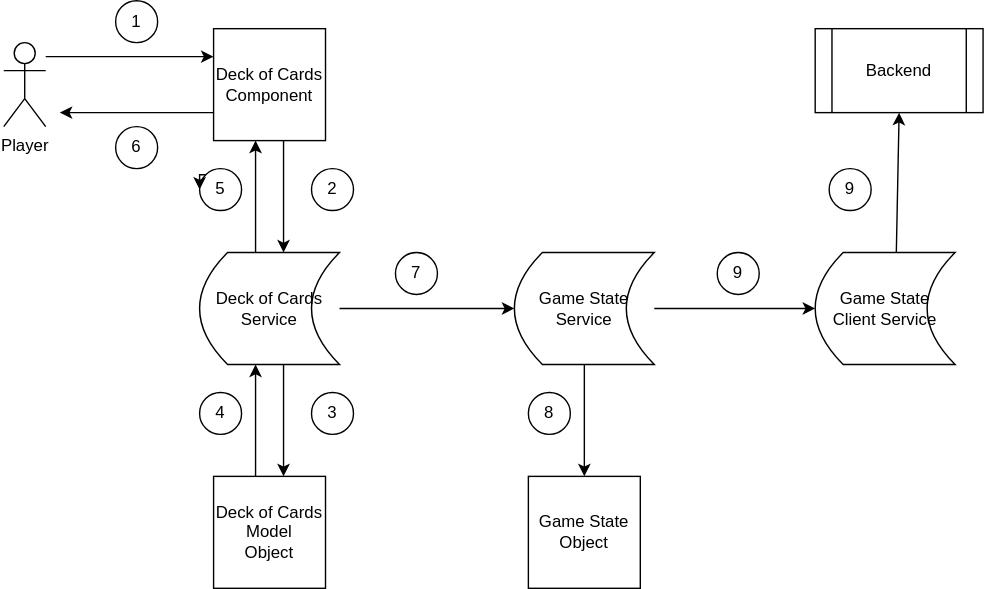
Earlier version of the draw.io export docs/img/game-state-detailed-flow-update.drawio.svg (nimbusscale/dominant-species). Source tidied: cells renumbered, new cells last; positions are measured from the earlier drawing's top-left corner, leaving out a move shared by most shapes.
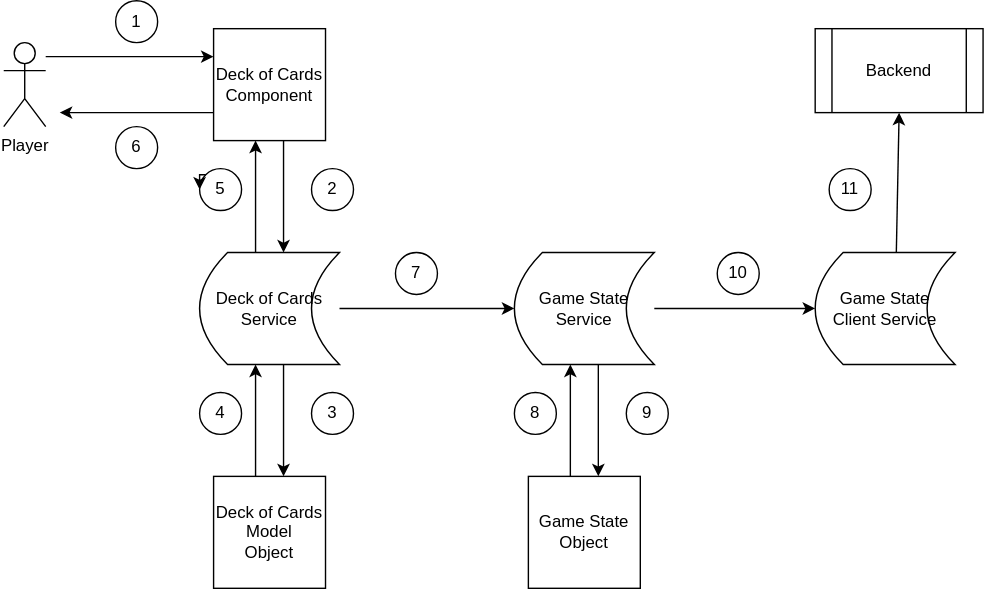
Above is the later version.

Diff of the diagram source:
```diff
@@ -47,9 +47,6 @@
     <mxCell id="14" style="endArrow=classic;startArrow=none;html=1;rounded=0;startFill=0;entryX=0;entryY=0.5;entryDx=0;entryDy=0;exitX=1;exitY=0.5;exitDx=0;exitDy=0;" parent="1" edge="1" source="9" target="4">
       <mxGeometry relative="1" as="geometry" />
     </mxCell>
-    <mxCell id="15" style="endArrow=classic;startArrow=none;html=1;rounded=0;startFill=0;entryX=0.5;entryY=0;entryDx=0;entryDy=0;exitX=0.5;exitY=1;exitDx=0;exitDy=0;" parent="1" edge="1" source="4" target="3">
-      <mxGeometry relative="1" as="geometry" />
-    </mxCell>
     <mxCell id="16" style="endArrow=classic;startArrow=none;html=1;rounded=0;startFill=0;entryX=0;entryY=0.5;entryDx=0;entryDy=0;exitX=1;exitY=0.5;exitDx=0;exitDy=0;" parent="1" edge="1" source="4" target="5">
       <mxGeometry relative="1" as="geometry" />
     </mxCell>
@@ -89,10 +86,7 @@
     <mxCell id="25" value="7" style="ellipse;whiteSpace=wrap;html=1;" parent="1" vertex="1">
       <mxGeometry x="280" y="180" width="30" height="30" as="geometry" />
     </mxCell>
-    <mxCell id="26" value="8" style="ellipse;whiteSpace=wrap;html=1;" parent="1" vertex="1">
-      <mxGeometry x="375" y="280" width="30" height="30" as="geometry" />
-    </mxCell>
-    <mxCell id="27" value="9" style="ellipse;whiteSpace=wrap;html=1;" parent="1" vertex="1">
+    <mxCell id="27" value="10" style="ellipse;whiteSpace=wrap;html=1;" parent="1" vertex="1">
       <mxGeometry x="510" y="180" width="30" height="30" as="geometry" />
     </mxCell>
     <mxCell id="28" style="edgeStyle=orthogonalEdgeStyle;rounded=0;orthogonalLoop=1;jettySize=auto;html=1;exitX=0;exitY=0;exitDx=0;exitDy=0;entryX=0;entryY=0.5;entryDx=0;entryDy=0;" parent="1" edge="1" source="23" target="23">
@@ -103,8 +97,26 @@
         <mxPoint x="40" y="80" as="targetPoint" />
       </mxGeometry>
     </mxCell>
-    <mxCell id="30" value="9" style="ellipse;whiteSpace=wrap;html=1;" parent="1" vertex="1">
+    <mxCell id="30" value="11" style="ellipse;whiteSpace=wrap;html=1;" parent="1" vertex="1">
       <mxGeometry x="590" y="120" width="30" height="30" as="geometry" />
     </mxCell>
+    <mxCell id="31" value="9" style="ellipse;whiteSpace=wrap;html=1;" parent="1" vertex="1">
+      <mxGeometry x="445" y="280" width="30" height="30" as="geometry" />
+    </mxCell>
+    <mxCell id="32" style="endArrow=classic;startArrow=none;html=1;rounded=0;startFill=0;exitX=0.5;exitY=1;exitDx=0;exitDy=0;" parent="1" edge="1">
+      <mxGeometry relative="1" as="geometry">
+        <mxPoint x="425" y="260" as="sourcePoint" />
+        <mxPoint x="425" y="340" as="targetPoint" />
+      </mxGeometry>
+    </mxCell>
+    <mxCell id="33" style="endArrow=classic;startArrow=none;html=1;rounded=0;startFill=0;entryX=0.5;entryY=1;entryDx=0;entryDy=0;exitX=0.5;exitY=0;exitDx=0;exitDy=0;" parent="1" edge="1">
+      <mxGeometry relative="1" as="geometry">
+        <mxPoint x="405" y="340" as="sourcePoint" />
+        <mxPoint x="405" y="260" as="targetPoint" />
+      </mxGeometry>
+    </mxCell>
+    <mxCell id="26" value="8" style="ellipse;whiteSpace=wrap;html=1;" parent="1" vertex="1">
+      <mxGeometry x="365" y="280" width="30" height="30" as="geometry" />
+    </mxCell>
   </root>
 </mxGraphModel>
```
